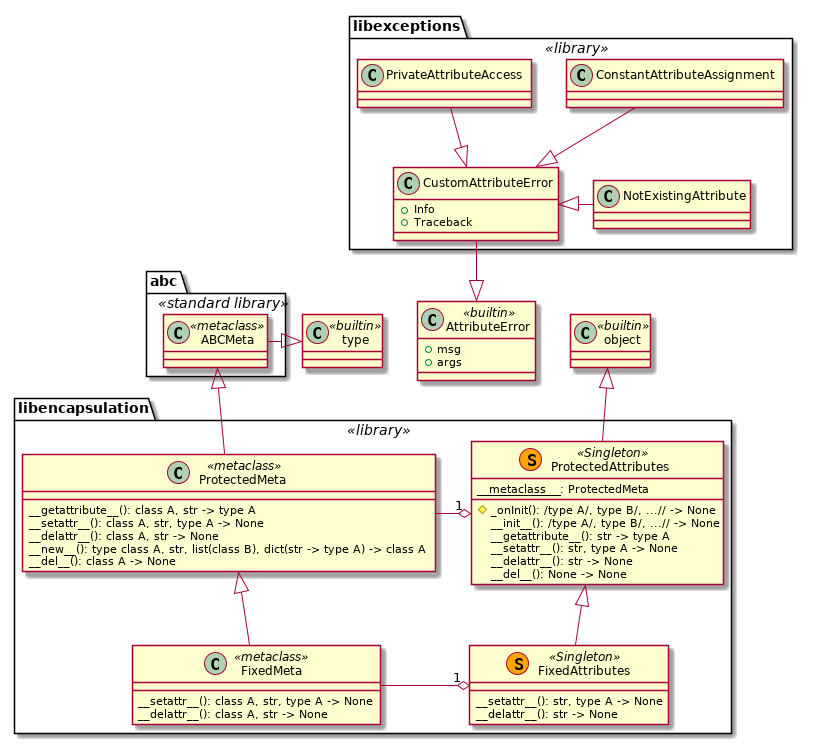
Before: docs/UML/implementation/classes.png, a diagram exported from PlantUML (FooBarShebang/libencapsulation). Its diagram source:
```plantuml
@startuml classes

namespace abc <<standard library>> {
    ABCMeta <<metaclass>>
}

class type <<builtin>>

class object <<builtin>>

class AttributeError <<builtin>> {
    + msg
    + args
}

abc.ABCMeta -|> type

type -[hidden] AttributeError

AttributeError -[hidden] object

namespace libencapsulation <<library>> {















class ProtectedMeta <<metaclass>> {
    __getattribute__(): class A, str -> type A
    __setattr__(): class A, str, type A -> None
    __delattr__(): class A, str -> None
    __new__(): type class A, str, list(class B), dict(str -> type A) -> class A
    __del__(): class A -> None
}



class FixedMeta <<metaclass>> {
    __setattr__(): class A, str, type A -> None
    __delattr__(): class A, str -> None
}

    ProtectedMeta <|-- FixedMeta



class ProtectedAttributes <<(S, orange) Singleton>> {
    {field} <u>__metaclass__</u>: ProtectedMeta
    # _onInit(): /type A/, type B/, ...// -> None
    __init__(): /type A/, type B/, ...// -> None
    __getattribute__(): str -> type A
    __setattr__(): str, type A -> None
    __delattr__(): str -> None
    __del__(): None -> None
}



class FixedAttributes <<(S, orange) Singleton>> {
    __setattr__(): str, type A -> None
    __delattr__(): str -> None
}

    ProtectedAttributes <|-- FixedAttributes

    ProtectedMeta -o "1" ProtectedAttributes

    FixedMeta -o "1" FixedAttributes
}

abc.ABCMeta <|-- libencapsulation.ProtectedMeta

object <|-- libencapsulation.ProtectedAttributes

namespace libexceptions <<library>>{

    class CustomAttributeError {
        + Info
        + Traceback
    }

    class ConstantAttributeAssignment

    ConstantAttributeAssignment --|> CustomAttributeError

    class PrivateAttributeAccess

    PrivateAttributeAccess --|> CustomAttributeError

    class NotExistingAttribute

    CustomAttributeError <|- NotExistingAttribute
}

libexceptions.CustomAttributeError --|> AttributeError

@enduml
```
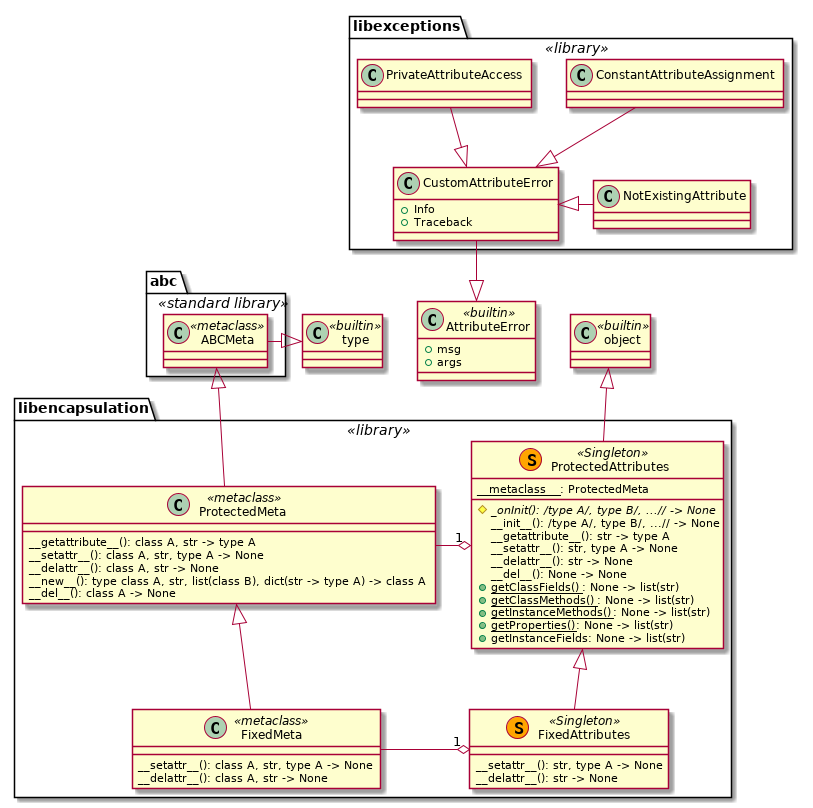
After the change.

Change to the diagram source:
```diff
@@ -56,12 +56,17 @@
 
 class ProtectedAttributes <<(S, orange) Singleton>> {
     {field} <u>__metaclass__</u>: ProtectedMeta
-    # _onInit(): /type A/, type B/, ...// -> None
+    # {abstract} _onInit(): /type A/, type B/, ...// -> None
     __init__(): /type A/, type B/, ...// -> None
     __getattribute__(): str -> type A
     __setattr__(): str, type A -> None
     __delattr__(): str -> None
     __del__(): None -> None
+    + <u>getClassFields()</u>: None -> list(str)
+    + <u>getClassMethods()</u>: None -> list(str)
+    + <u>getInstanceMethods()</u>: None -> list(str)
+    + <u>getProperties()</u>: None -> list(str)
+    + getInstanceFields: None -> list(str)
 }
 
 
```
